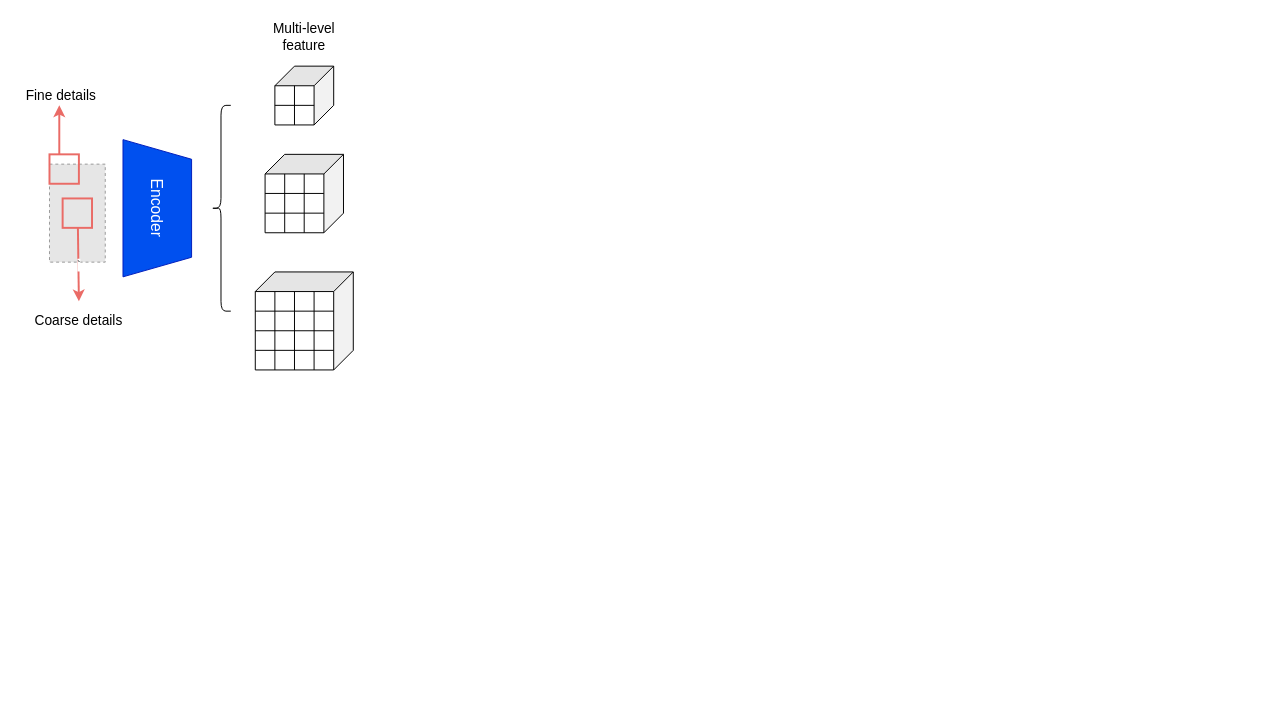
Earlier version of the draw.io diagram img/DynamicVQ.drawio (wenqi-wang20/img). Source tidied: cells renumbered, new cells numbered last; positions are measured from the earlier drawing's top-left corner, leaving out a move shared by most shapes. Both pictures are drawn from the tidied source at 98%, with x=0, y=0 at pixel (17, 17). Pictures stored in the file or linked from it are replaced by grey dashed boxes.
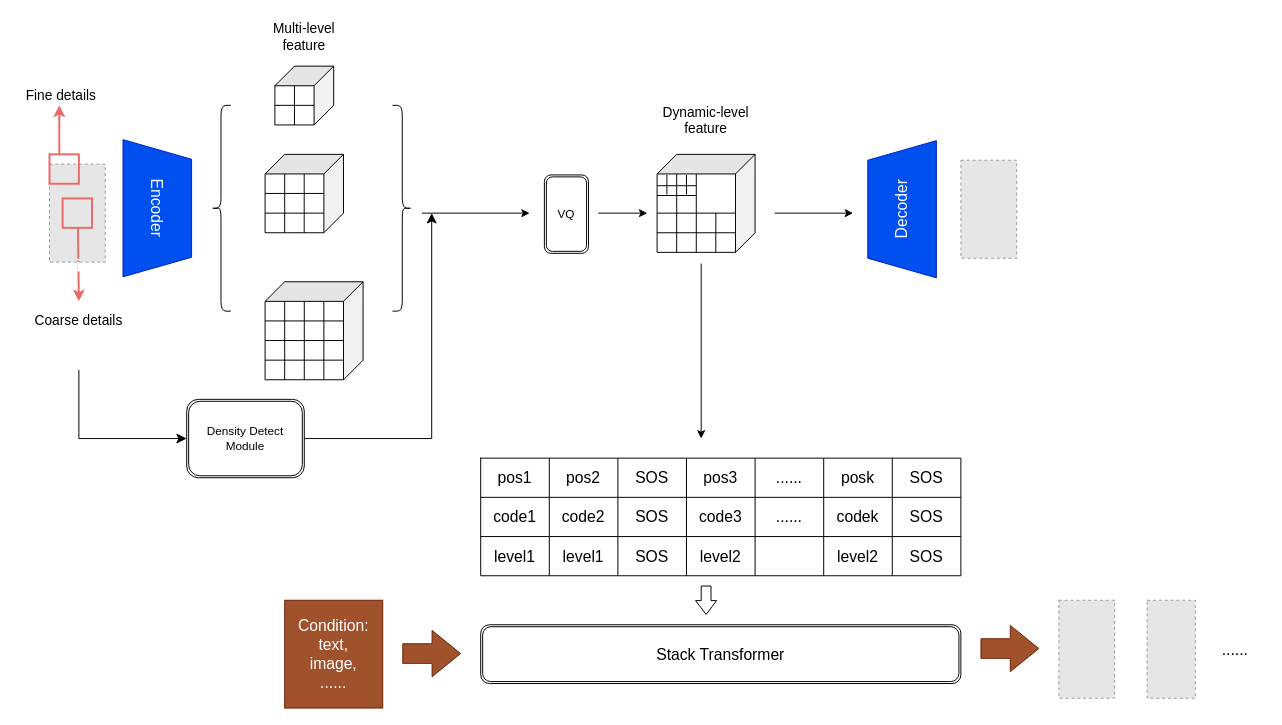
After the change.

Change to the diagram source:
```diff
@@
-    <mxCell id="5" style="group;" parent="1" vertex="1">
-      <mxGeometry x="243" y="260" width="100" height="100" as="geometry" />
-    </mxCell>
-    <mxCell id="6" style="shape=cube;whiteSpace=wrap;html=1;boundedLbl=1;backgroundOutline=1;darkOpacity=0.05;darkOpacity2=0.1;rotation=90;" parent="5" vertex="1">
-      <mxGeometry width="100" height="100" as="geometry" />
-    </mxCell>
-    <mxCell id="7" style="endArrow=none;html=1;rounded=0;entryX=0.6;entryY=0.2;entryDx=0;entryDy=0;entryPerimeter=0;" parent="5" edge="1" target="6">
-      <mxGeometry relative="1" as="geometry">
-        <mxPoint y="60" as="sourcePoint" />
-      </mxGeometry>
-    </mxCell>
-    <mxCell id="8" style="endArrow=none;html=1;rounded=0;entryX=0;entryY=0;entryDx=100;entryDy=60;entryPerimeter=0;" parent="5" edge="1" target="6">
-      <mxGeometry relative="1" as="geometry">
-        <mxPoint x="40" y="20" as="sourcePoint" />
-      </mxGeometry>
-    </mxCell>
-    <mxCell id="9" style="endArrow=none;html=1;rounded=0;entryX=0.4;entryY=0.2;entryDx=0;entryDy=0;entryPerimeter=0;" parent="5" edge="1" target="6">
-      <mxGeometry relative="1" as="geometry">
-        <mxPoint y="40" as="sourcePoint" />
-      </mxGeometry>
-    </mxCell>
-    <mxCell id="10" style="endArrow=none;html=1;rounded=0;entryX=0.4;entryY=0.2;entryDx=0;entryDy=0;entryPerimeter=0;" parent="5" edge="1">
-      <mxGeometry relative="1" as="geometry">
-        <mxPoint y="80" as="sourcePoint" />
-        <mxPoint x="80" y="80" as="targetPoint" />
-      </mxGeometry>
-    </mxCell>
-    <mxCell id="11" style="endArrow=none;html=1;rounded=0;entryX=0;entryY=0;entryDx=100;entryDy=60;entryPerimeter=0;" parent="5" edge="1">
-      <mxGeometry relative="1" as="geometry">
-        <mxPoint x="20" y="20" as="sourcePoint" />
-        <mxPoint x="20" y="100" as="targetPoint" />
-      </mxGeometry>
-    </mxCell>
-    <mxCell id="12" style="endArrow=none;html=1;rounded=0;entryX=0;entryY=0;entryDx=100;entryDy=60;entryPerimeter=0;" parent="5" edge="1">
-      <mxGeometry relative="1" as="geometry">
-        <mxPoint x="60" y="20" as="sourcePoint" />
-        <mxPoint x="60" y="100" as="targetPoint" />
-      </mxGeometry>
-    </mxCell>
@@
+    <mxCell id="31" style="shape=curlyBracket;whiteSpace=wrap;html=1;rounded=1;flipH=1;labelPosition=right;verticalLabelPosition=middle;align=left;verticalAlign=middle;" parent="1" vertex="1">
+      <mxGeometry x="383" y="90" width="20" height="210" as="geometry" />
+    </mxCell>
+    <mxCell id="32" style="edgeStyle=elbowEdgeStyle;elbow=vertical;endArrow=classic;html=1;curved=0;rounded=0;endSize=8;startSize=8;exitX=1;exitY=0.5;exitDx=0;exitDy=0;" parent="1" edge="1">
+      <mxGeometry relative="1" as="geometry">
+        <mxPoint x="273" y="425" as="sourcePoint" />
+        <mxPoint x="423" y="200" as="targetPoint" />
+        <Array as="points">
+          <mxPoint x="333" y="430" />
+        </Array>
+      </mxGeometry>
+    </mxCell>
+    <mxCell id="33" style="endArrow=classic;html=1;rounded=0;" parent="1" edge="1">
+      <mxGeometry relative="1" as="geometry">
+        <mxPoint x="413" y="200" as="sourcePoint" />
+        <mxPoint x="523" y="200" as="targetPoint" />
+      </mxGeometry>
+    </mxCell>
+    <mxCell id="34" style="edgeStyle=elbowEdgeStyle;elbow=vertical;endArrow=classic;html=1;curved=0;rounded=0;endSize=8;startSize=8;" parent="1" edge="1" target="35">
+      <mxGeometry relative="1" as="geometry">
+        <mxPoint x="63" y="360" as="sourcePoint" />
+        <Array as="points">
+          <mxPoint x="63" y="430" />
+        </Array>
+      </mxGeometry>
+    </mxCell>
+    <mxCell id="35" value="Density Detect&lt;br&gt;Module" style="shape=ext;double=1;rounded=1;whiteSpace=wrap;html=1;" parent="1" vertex="1">
+      <mxGeometry x="173" y="390" width="120" height="80" as="geometry" />
+    </mxCell>
+    <mxCell id="36" style="group;" parent="1" vertex="1">
+      <mxGeometry x="253" y="270" width="100" height="100" as="geometry" />
+    </mxCell>
+    <mxCell id="37" style="shape=cube;whiteSpace=wrap;html=1;boundedLbl=1;backgroundOutline=1;darkOpacity=0.05;darkOpacity2=0.1;rotation=90;" parent="36" vertex="1">
+      <mxGeometry width="100" height="100" as="geometry" />
+    </mxCell>
+    <mxCell id="38" style="endArrow=none;html=1;rounded=0;entryX=0.6;entryY=0.2;entryDx=0;entryDy=0;entryPerimeter=0;" parent="36" edge="1" target="37">
+      <mxGeometry relative="1" as="geometry">
+        <mxPoint y="60" as="sourcePoint" />
+      </mxGeometry>
+    </mxCell>
+    <mxCell id="39" style="endArrow=none;html=1;rounded=0;entryX=0;entryY=0;entryDx=100;entryDy=60;entryPerimeter=0;" parent="36" edge="1" target="37">
+      <mxGeometry relative="1" as="geometry">
+        <mxPoint x="40" y="20" as="sourcePoint" />
+      </mxGeometry>
+    </mxCell>
+    <mxCell id="40" style="endArrow=none;html=1;rounded=0;entryX=0.4;entryY=0.2;entryDx=0;entryDy=0;entryPerimeter=0;" parent="36" edge="1" target="37">
+      <mxGeometry relative="1" as="geometry">
+        <mxPoint y="40" as="sourcePoint" />
+      </mxGeometry>
+    </mxCell>
+    <mxCell id="41" style="endArrow=none;html=1;rounded=0;entryX=0.4;entryY=0.2;entryDx=0;entryDy=0;entryPerimeter=0;" parent="36" edge="1">
+      <mxGeometry relative="1" as="geometry">
+        <mxPoint y="80" as="sourcePoint" />
+        <mxPoint x="80" y="80" as="targetPoint" />
+      </mxGeometry>
+    </mxCell>
+    <mxCell id="42" style="endArrow=none;html=1;rounded=0;entryX=0;entryY=0;entryDx=100;entryDy=60;entryPerimeter=0;" parent="36" edge="1">
+      <mxGeometry relative="1" as="geometry">
+        <mxPoint x="20" y="20" as="sourcePoint" />
+        <mxPoint x="20" y="100" as="targetPoint" />
+      </mxGeometry>
+    </mxCell>
+    <mxCell id="43" style="endArrow=none;html=1;rounded=0;entryX=0;entryY=0;entryDx=100;entryDy=60;entryPerimeter=0;" parent="36" edge="1">
+      <mxGeometry relative="1" as="geometry">
+        <mxPoint x="60" y="20" as="sourcePoint" />
+        <mxPoint x="60" y="100" as="targetPoint" />
+      </mxGeometry>
+    </mxCell>
+    <mxCell id="44" value="&lt;font style=&quot;font-size: 14px;&quot;&gt;Dynamic-level&lt;br&gt;feature&lt;br&gt;&lt;/font&gt;" style="text;html=1;strokeColor=none;fillColor=none;align=center;verticalAlign=middle;whiteSpace=wrap;rounded=0;" parent="1" vertex="1">
+      <mxGeometry x="643" y="90" width="120" height="30" as="geometry" />
+    </mxCell>
+    <mxCell id="45" style="group;" parent="1" vertex="1">
+      <mxGeometry x="653" y="140" width="110" height="225" as="geometry" />
+    </mxCell>
+    <mxCell id="5" style="group;" parent="45" vertex="1">
+      <mxGeometry width="110" height="225" as="geometry" />
+    </mxCell>
+    <mxCell id="6" style="shape=cube;whiteSpace=wrap;html=1;boundedLbl=1;backgroundOutline=1;darkOpacity=0.05;darkOpacity2=0.1;rotation=90;" parent="5" vertex="1">
+      <mxGeometry width="100" height="100" as="geometry" />
+    </mxCell>
+    <mxCell id="7" style="endArrow=none;html=1;rounded=0;entryX=0.6;entryY=0.2;entryDx=0;entryDy=0;entryPerimeter=0;" parent="5" edge="1" target="6">
+      <mxGeometry relative="1" as="geometry">
+        <mxPoint y="60" as="sourcePoint" />
+      </mxGeometry>
+    </mxCell>
+    <mxCell id="8" style="endArrow=none;html=1;rounded=0;entryX=0;entryY=0;entryDx=100;entryDy=60;entryPerimeter=0;" parent="5" edge="1" target="6">
+      <mxGeometry relative="1" as="geometry">
+        <mxPoint x="40" y="20" as="sourcePoint" />
+      </mxGeometry>
+    </mxCell>
+    <mxCell id="10" style="endArrow=none;html=1;rounded=0;entryX=0.4;entryY=0.2;entryDx=0;entryDy=0;entryPerimeter=0;" parent="5" edge="1">
+      <mxGeometry relative="1" as="geometry">
+        <mxPoint y="80" as="sourcePoint" />
+        <mxPoint x="80" y="80" as="targetPoint" />
+      </mxGeometry>
+    </mxCell>
+    <mxCell id="11" style="endArrow=none;html=1;rounded=0;entryX=0;entryY=0;entryDx=100;entryDy=60;entryPerimeter=0;" parent="5" edge="1">
+      <mxGeometry relative="1" as="geometry">
+        <mxPoint x="20" y="20" as="sourcePoint" />
+        <mxPoint x="20" y="100" as="targetPoint" />
+      </mxGeometry>
+    </mxCell>
+    <mxCell id="12" style="endArrow=none;html=1;rounded=0;entryX=0.995;entryY=0.401;entryDx=0;entryDy=0;entryPerimeter=0;" parent="5" edge="1" target="6">
+      <mxGeometry relative="1" as="geometry">
+        <mxPoint x="60" y="60" as="sourcePoint" />
+      </mxGeometry>
+    </mxCell>
+    <mxCell id="46" style="endArrow=none;html=1;rounded=0;" parent="5" edge="1">
+      <mxGeometry relative="1" as="geometry">
+        <mxPoint y="42" as="sourcePoint" />
+        <mxPoint x="40" y="42" as="targetPoint" />
+      </mxGeometry>
+    </mxCell>
+    <mxCell id="47" style="line;strokeWidth=1;direction=south;html=1;" parent="5" vertex="1">
+      <mxGeometry x="5" y="21" width="10" height="20" as="geometry" />
+    </mxCell>
+    <mxCell id="48" style="line;strokeWidth=1;direction=south;html=1;" parent="5" vertex="1">
+      <mxGeometry x="25" y="21" width="10" height="20" as="geometry" />
+    </mxCell>
+    <mxCell id="49" style="endArrow=classic;html=1;rounded=0;exitX=1.114;exitY=0.55;exitDx=0;exitDy=0;exitPerimeter=0;" parent="5" edge="1" source="6">
+      <mxGeometry relative="1" as="geometry">
+        <mxPoint x="45" y="290" as="targetPoint" />
+      </mxGeometry>
+    </mxCell>
+    <mxCell id="50" style="endArrow=none;html=1;rounded=0;" parent="45" edge="1">
+      <mxGeometry relative="1" as="geometry">
+        <mxPoint y="32" as="sourcePoint" />
+        <mxPoint x="40" y="32" as="targetPoint" />
+      </mxGeometry>
+    </mxCell>
+    <mxCell id="51" value="VQ" style="shape=ext;double=1;rounded=1;whiteSpace=wrap;html=1;" parent="1" vertex="1">
+      <mxGeometry x="538" y="161" width="45" height="80" as="geometry" />
+    </mxCell>
+    <mxCell id="52" style="endArrow=classic;html=1;rounded=0;" parent="1" edge="1">
+      <mxGeometry relative="1" as="geometry">
+        <mxPoint x="593" y="200" as="sourcePoint" />
+        <mxPoint x="643" y="200" as="targetPoint" />
+      </mxGeometry>
+    </mxCell>
+    <mxCell id="53" style="endArrow=classic;html=1;rounded=0;" parent="1" edge="1">
+      <mxGeometry relative="1" as="geometry">
+        <mxPoint x="773" y="200" as="sourcePoint" />
+        <mxPoint x="853" y="200" as="targetPoint" />
+      </mxGeometry>
+    </mxCell>
+    <mxCell id="54" value="&lt;span style=&quot;font-size: 16px;&quot;&gt;Decoder&lt;br&gt;&lt;/span&gt;" style="shape=trapezoid;perimeter=trapezoidPerimeter;whiteSpace=wrap;html=1;fixedSize=1;rotation=-90;fillColor=#0050ef;fontColor=#ffffff;strokeColor=#001DBC;" parent="1" vertex="1">
+      <mxGeometry x="833" y="161" width="140" height="70" as="geometry" />
+    </mxCell>
+    <mxCell id="55" style="fillColor=#E6E6E6;strokeColor=#999999;dashed=1;verticalLabelPosition=bottom;labelBackgroundColor=default;verticalAlign=top;" parent="1" vertex="1">
+      <mxGeometry x="963" y="146" width="56.9" height="100" as="geometry" />
+    </mxCell>
+    <mxCell id="56" style="shape=table;startSize=0;childLayout=tableLayout;fontSize=16;" parent="1" vertex="1">
+      <mxGeometry x="473" y="450" width="490" height="120" as="geometry" />
+    </mxCell>
+    <mxCell id="57" style="shape=tableRow;horizontal=0;startSize=0;swimlaneHead=0;swimlaneBody=0;strokeColor=inherit;top=0;left=0;bottom=0;right=0;fillColor=none;fontSize=16;" parent="56" vertex="1">
+      <mxGeometry width="490" height="40" as="geometry" />
+    </mxCell>
+    <mxCell id="58" value="pos1" style="shape=partialRectangle;html=1;whiteSpace=wrap;strokeColor=inherit;overflow=hidden;fillColor=none;top=0;left=0;bottom=0;right=0;fontSize=16;" parent="57" vertex="1">
+      <mxGeometry width="70" height="40" as="geometry" />
+    </mxCell>
+    <mxCell id="59" value="pos2" style="shape=partialRectangle;html=1;whiteSpace=wrap;strokeColor=inherit;overflow=hidden;fillColor=none;top=0;left=0;bottom=0;right=0;fontSize=16;" parent="57" vertex="1">
+      <mxGeometry x="70" width="70" height="40" as="geometry" />
+    </mxCell>
+    <mxCell id="60" value="SOS" style="shape=partialRectangle;html=1;whiteSpace=wrap;strokeColor=inherit;overflow=hidden;fillColor=none;top=0;left=0;bottom=0;right=0;fontSize=16;" parent="57" vertex="1">
+      <mxGeometry x="140" width="70" height="40" as="geometry" />
+    </mxCell>
+    <mxCell id="61" value="pos3" style="shape=partialRectangle;html=1;whiteSpace=wrap;strokeColor=inherit;overflow=hidden;fillColor=none;top=0;left=0;bottom=0;right=0;fontSize=16;" parent="57" vertex="1">
+      <mxGeometry x="210" width="70" height="40" as="geometry" />
+    </mxCell>
+    <mxCell id="62" value="......" style="shape=partialRectangle;html=1;whiteSpace=wrap;strokeColor=inherit;overflow=hidden;fillColor=none;top=0;left=0;bottom=0;right=0;fontSize=16;" parent="57" vertex="1">
+      <mxGeometry x="280" width="70" height="40" as="geometry" />
+    </mxCell>
+    <mxCell id="63" value="posk" style="shape=partialRectangle;html=1;whiteSpace=wrap;strokeColor=inherit;overflow=hidden;fillColor=none;top=0;left=0;bottom=0;right=0;fontSize=16;" parent="57" vertex="1">
+      <mxGeometry x="350" width="70" height="40" as="geometry" />
+    </mxCell>
+    <mxCell id="64" value="SOS" style="shape=partialRectangle;html=1;whiteSpace=wrap;strokeColor=inherit;overflow=hidden;fillColor=none;top=0;left=0;bottom=0;right=0;fontSize=16;" parent="57" vertex="1">
+      <mxGeometry x="420" width="70" height="40" as="geometry" />
+    </mxCell>
+    <mxCell id="65" style="shape=tableRow;horizontal=0;startSize=0;swimlaneHead=0;swimlaneBody=0;strokeColor=inherit;top=0;left=0;bottom=0;right=0;fillColor=none;fontSize=16;" parent="56" vertex="1">
+      <mxGeometry y="40" width="490" height="40" as="geometry" />
+    </mxCell>
+    <mxCell id="66" value="code1" style="shape=partialRectangle;html=1;whiteSpace=wrap;strokeColor=inherit;overflow=hidden;fillColor=none;top=0;left=0;bottom=0;right=0;fontSize=16;" parent="65" vertex="1">
+      <mxGeometry width="70" height="40" as="geometry" />
+    </mxCell>
+    <mxCell id="67" value="code2" style="shape=partialRectangle;html=1;whiteSpace=wrap;strokeColor=inherit;overflow=hidden;fillColor=none;top=0;left=0;bottom=0;right=0;fontSize=16;" parent="65" vertex="1">
+      <mxGeometry x="70" width="70" height="40" as="geometry" />
+    </mxCell>
+    <mxCell id="68" value="SOS" style="shape=partialRectangle;html=1;whiteSpace=wrap;strokeColor=inherit;overflow=hidden;fillColor=none;top=0;left=0;bottom=0;right=0;fontSize=16;" parent="65" vertex="1">
+      <mxGeometry x="140" width="70" height="40" as="geometry" />
+    </mxCell>
+    <mxCell id="69" value="code3" style="shape=partialRectangle;html=1;whiteSpace=wrap;strokeColor=inherit;overflow=hidden;fillColor=none;top=0;left=0;bottom=0;right=0;fontSize=16;" parent="65" vertex="1">
+      <mxGeometry x="210" width="70" height="40" as="geometry" />
+    </mxCell>
+    <mxCell id="70" value="......" style="shape=partialRectangle;html=1;whiteSpace=wrap;strokeColor=inherit;overflow=hidden;fillColor=none;top=0;left=0;bottom=0;right=0;fontSize=16;" parent="65" vertex="1">
+      <mxGeometry x="280" width="70" height="40" as="geometry" />
+    </mxCell>
+    <mxCell id="71" value="codek" style="shape=partialRectangle;html=1;whiteSpace=wrap;strokeColor=inherit;overflow=hidden;fillColor=none;top=0;left=0;bottom=0;right=0;fontSize=16;" parent="65" vertex="1">
+      <mxGeometry x="350" width="70" height="40" as="geometry" />
+    </mxCell>
+    <mxCell id="72" value="SOS" style="shape=partialRectangle;html=1;whiteSpace=wrap;strokeColor=inherit;overflow=hidden;fillColor=none;top=0;left=0;bottom=0;right=0;fontSize=16;" parent="65" vertex="1">
+      <mxGeometry x="420" width="70" height="40" as="geometry" />
+    </mxCell>
+    <mxCell id="73" style="shape=tableRow;horizontal=0;startSize=0;swimlaneHead=0;swimlaneBody=0;strokeColor=inherit;top=0;left=0;bottom=0;right=0;fillColor=none;fontSize=16;" parent="56" vertex="1">
+      <mxGeometry y="80" width="490" height="40" as="geometry" />
+    </mxCell>
+    <mxCell id="74" value="level1" style="shape=partialRectangle;html=1;whiteSpace=wrap;strokeColor=inherit;overflow=hidden;fillColor=none;top=0;left=0;bottom=0;right=0;fontSize=16;" parent="73" vertex="1">
+      <mxGeometry width="70" height="40" as="geometry" />
+    </mxCell>
+    <mxCell id="75" value="level1" style="shape=partialRectangle;html=1;whiteSpace=wrap;strokeColor=inherit;overflow=hidden;fillColor=none;top=0;left=0;bottom=0;right=0;fontSize=16;" parent="73" vertex="1">
+      <mxGeometry x="70" width="70" height="40" as="geometry" />
+    </mxCell>
+    <mxCell id="76" value="SOS" style="shape=partialRectangle;html=1;whiteSpace=wrap;strokeColor=inherit;overflow=hidden;fillColor=none;top=0;left=0;bottom=0;right=0;fontSize=16;" parent="73" vertex="1">
+      <mxGeometry x="140" width="70" height="40" as="geometry" />
+    </mxCell>
+    <mxCell id="77" value="level2" style="shape=partialRectangle;html=1;whiteSpace=wrap;strokeColor=inherit;overflow=hidden;fillColor=none;top=0;left=0;bottom=0;right=0;fontSize=16;" parent="73" vertex="1">
+      <mxGeometry x="210" width="70" height="40" as="geometry" />
+    </mxCell>
+    <mxCell id="78" style="shape=partialRectangle;html=1;whiteSpace=wrap;strokeColor=inherit;overflow=hidden;fillColor=none;top=0;left=0;bottom=0;right=0;fontSize=16;" parent="73" vertex="1">
+      <mxGeometry x="280" width="70" height="40" as="geometry" />
+    </mxCell>
+    <mxCell id="79" value="level2" style="shape=partialRectangle;html=1;whiteSpace=wrap;strokeColor=inherit;overflow=hidden;fillColor=none;top=0;left=0;bottom=0;right=0;fontSize=16;" parent="73" vertex="1">
+      <mxGeometry x="350" width="70" height="40" as="geometry" />
+    </mxCell>
+    <mxCell id="80" value="SOS" style="shape=partialRectangle;html=1;whiteSpace=wrap;strokeColor=inherit;overflow=hidden;fillColor=none;top=0;left=0;bottom=0;right=0;fontSize=16;" parent="73" vertex="1">
+      <mxGeometry x="420" width="70" height="40" as="geometry" />
+    </mxCell>
+    <mxCell id="81" value="&lt;font style=&quot;font-size: 16px;&quot;&gt;Stack Transformer&lt;/font&gt;" style="shape=ext;double=1;rounded=1;whiteSpace=wrap;html=1;" parent="1" vertex="1">
+      <mxGeometry x="473" y="620" width="490" height="60" as="geometry" />
+    </mxCell>
+    <mxCell id="82" style="shape=flexArrow;endArrow=classic;html=1;rounded=0;endWidth=10.476190476190476;endSize=4.3809523809523805;" parent="1" edge="1">
+      <mxGeometry relative="1" as="geometry">
+        <mxPoint x="703" y="580" as="sourcePoint" />
+        <mxPoint x="703" y="610" as="targetPoint" />
+      </mxGeometry>
+    </mxCell>
+    <mxCell id="83" value="&lt;font style=&quot;font-size: 16px;&quot;&gt;Condition:&lt;br&gt;text,&lt;br&gt;image,&lt;br&gt;......&lt;br&gt;&lt;/font&gt;" style="rounded=0;whiteSpace=wrap;html=1;fillColor=#a0522d;fontColor=#ffffff;strokeColor=#6D1F00;" parent="1" vertex="1">
+      <mxGeometry x="273" y="595" width="100" height="110" as="geometry" />
+    </mxCell>
+    <mxCell id="84" style="shape=flexArrow;endArrow=classic;html=1;rounded=0;width=20;endSize=9.364705882352942;endWidth=26.228373702422143;fillColor=#a0522d;strokeColor=#6D1F00;" parent="1" edge="1">
+      <mxGeometry relative="1" as="geometry">
+        <mxPoint x="393" y="649.4" as="sourcePoint" />
+        <mxPoint x="453" y="649.4" as="targetPoint" />
+      </mxGeometry>
+    </mxCell>
+    <mxCell id="85" style="fillColor=#E6E6E6;strokeColor=#999999;dashed=1;verticalLabelPosition=bottom;labelBackgroundColor=default;verticalAlign=top;" parent="1" vertex="1">
+      <mxGeometry x="1063" y="595" width="56.9" height="100" as="geometry" />
+    </mxCell>
+    <mxCell id="86" style="shape=flexArrow;endArrow=classic;html=1;rounded=0;width=20;endSize=9.364705882352942;endWidth=26.228373702422143;fillColor=#a0522d;strokeColor=#6D1F00;" parent="1" edge="1">
+      <mxGeometry relative="1" as="geometry">
+        <mxPoint x="983" y="644.3" as="sourcePoint" />
+        <mxPoint x="1043" y="644.3" as="targetPoint" />
+      </mxGeometry>
+    </mxCell>
+    <mxCell id="87" style="fillColor=#E6E6E6;strokeColor=#999999;dashed=1;verticalLabelPosition=bottom;labelBackgroundColor=default;verticalAlign=top;" parent="1" vertex="1">
+      <mxGeometry x="1153" y="595" width="49.2" height="100" as="geometry" />
+    </mxCell>
+    <mxCell id="88" value="&lt;font style=&quot;font-size: 16px;&quot;&gt;......&lt;/font&gt;" style="text;html=1;strokeColor=none;fillColor=none;align=center;verticalAlign=middle;whiteSpace=wrap;rounded=0;" parent="1" vertex="1">
+      <mxGeometry x="1213" y="630" width="60" height="30" as="geometry" />
+    </mxCell>
```
